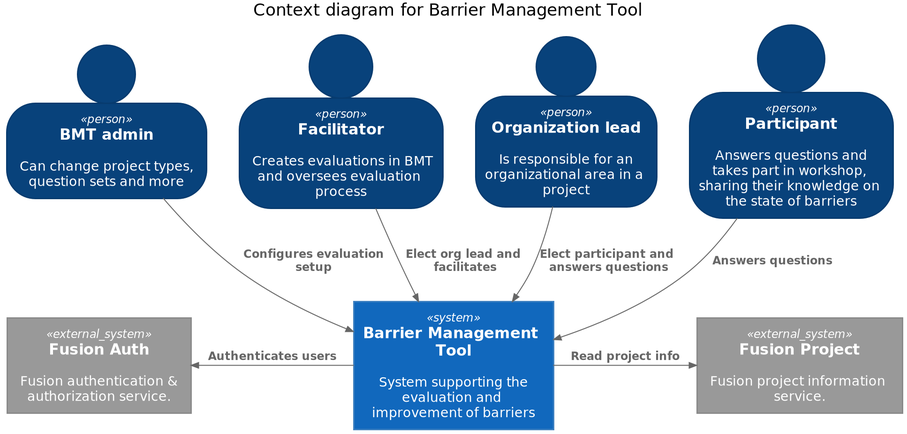
Before: docs/c4-diagrams/bmt_context.png, a diagram exported from PlantUML (equinor/fusion-bmt). Source of this version:
```plantuml
@startuml
!include https://raw.githubusercontent.com/plantuml-stdlib/C4-PlantUML/master/C4_Context.puml

LAYOUT_TOP_DOWN()
SHOW_PERSON_OUTLINE()

title Context diagram for Barrier Management Tool

Person(admin, "BMT admin", "Can change project types, question sets and more")
Person(facilitator, "Facilitator", "Creates evaluations in BMT and oversees evaluation process")
Person(org_lead, "Organization lead", "Is responsible for an organizational area in a project")
Person(participant, "Participant", "Answers questions and takes part in workshop, sharing their knowledge on the state of barriers")

System(bmt, "Barrier Management Tool", "System supporting the evaluation and improvement of barriers")
System_Ext(fusionAuth, "Fusion Auth", "Fusion authentication & authorization service.")
System_Ext(fusionProject, "Fusion Project", "Fusion project information  service.")

Rel(admin, bmt, "Configures evaluation setup")
Rel(facilitator, bmt,"Elect org lead and facilitates")
Rel(org_lead, bmt, "Elect participant and answers questions")
Rel(participant, bmt, "Answers questions")

Rel_L(bmt, fusionAuth, Authenticates users)
Rel_R(bmt, fusionProject, Read project info)

@enduml
```
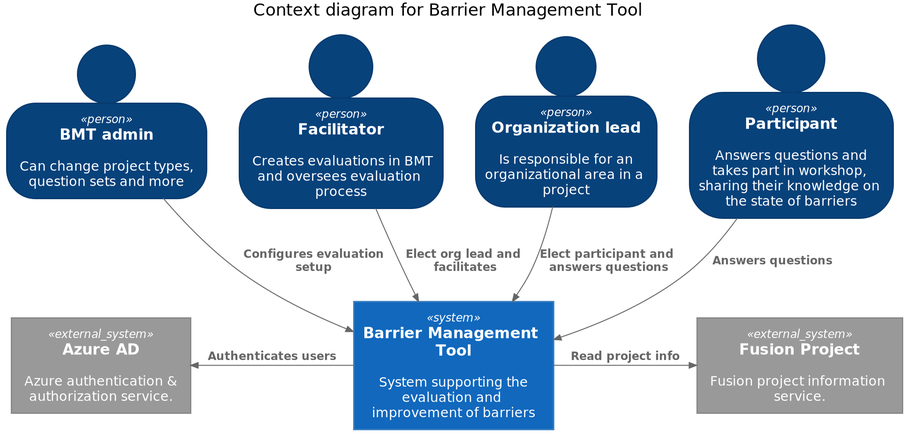
The same diagram one commit later.

Commit message:
Clearify auth mechanism id C4 diagram (#828)

The edit, as a diff of the source:
```diff
@@ -12,7 +12,7 @@
 Person(participant, "Participant", "Answers questions and takes part in workshop, sharing their knowledge on the state of barriers")
 
 System(bmt, "Barrier Management Tool", "System supporting the evaluation and improvement of barriers")
-System_Ext(fusionAuth, "Fusion Auth", "Fusion authentication & authorization service.")
+System_Ext(azureAD, "Azure AD", "Azure authentication & authorization service.")
 System_Ext(fusionProject, "Fusion Project", "Fusion project information  service.")
 
 Rel(admin, bmt, "Configures evaluation setup")
@@ -20,7 +20,7 @@
 Rel(org_lead, bmt, "Elect participant and answers questions")
 Rel(participant, bmt, "Answers questions")
 
-Rel_L(bmt, fusionAuth, Authenticates users)
+Rel_L(bmt, azureAD, Authenticates users)
 Rel_R(bmt, fusionProject, Read project info)
 
 @enduml
```
